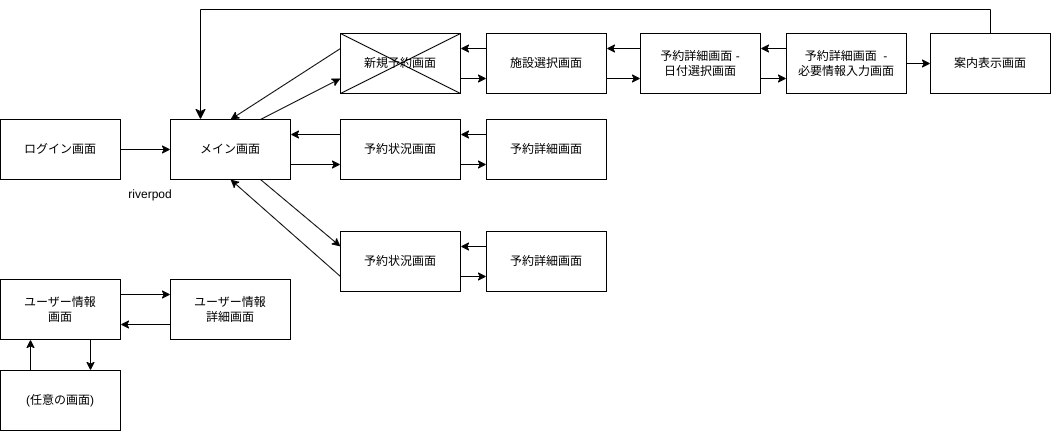
This is docs/flow.drawio.png from of3jlmssoo/flutterReservation, a draw.io export, as it was before one commit. Source tidied: cells renumbered, new cells last; positions are measured from the earlier drawing's top-left corner, leaving out a move shared by most shapes.
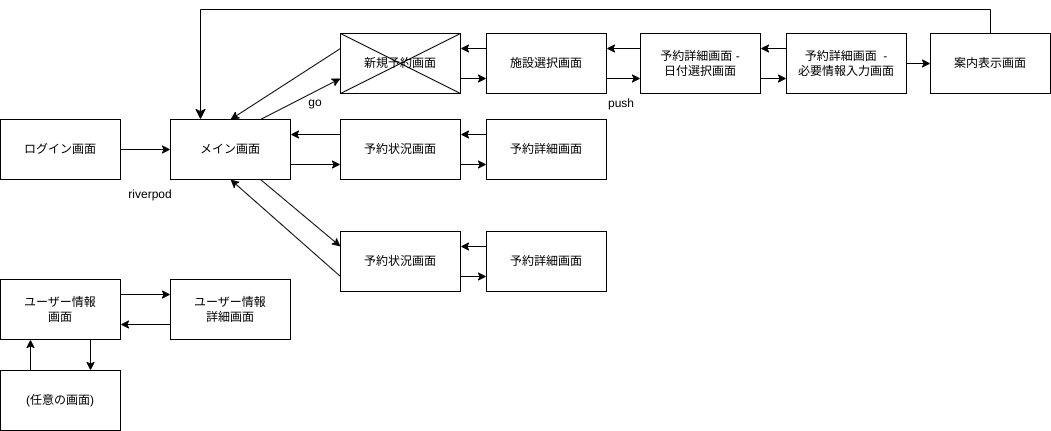
Later version of the same file.

Diff of the diagram source:
```diff
@@ -130,5 +130,11 @@
     <mxCell id="41" style="endArrow=none;html=1;exitX=0;exitY=0;exitDx=0;exitDy=0;entryX=1;entryY=1;entryDx=0;entryDy=0;" parent="1" edge="1" source="11" target="11">
       <mxGeometry relative="1" as="geometry" />
     </mxCell>
+    <mxCell id="42" value="go" style="text;html=1;strokeColor=none;fillColor=none;align=center;verticalAlign=middle;whiteSpace=wrap;rounded=0;" parent="1" vertex="1">
+      <mxGeometry x="285" y="78" width="60" height="30" as="geometry" />
+    </mxCell>
+    <mxCell id="43" value="push&lt;br&gt;" style="text;html=1;strokeColor=none;fillColor=none;align=center;verticalAlign=middle;whiteSpace=wrap;rounded=0;" parent="1" vertex="1">
+      <mxGeometry x="591" y="79" width="60" height="30" as="geometry" />
+    </mxCell>
   </root>
 </mxGraphModel>
```
